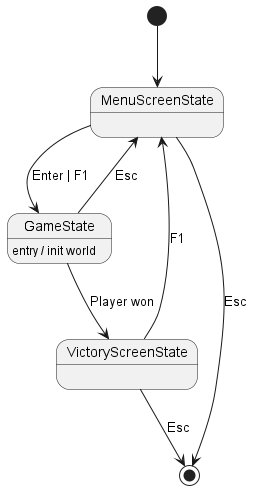
Above: docs/data/roguelike-state-diagram.png in Lana243/roguelike (PlantUML), before the change.
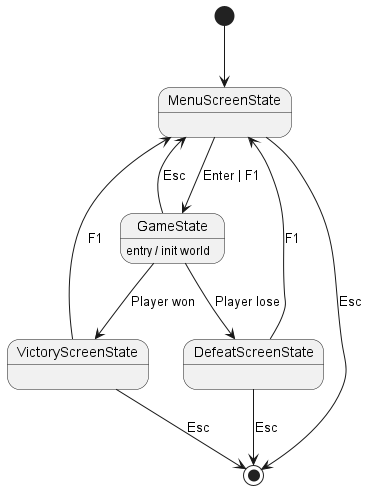
After the change.

Change to the diagram source:
```diff
@@ -10,6 +10,13 @@
 VictoryScreenState --> MenuScreenState : F1
 
 VictoryScreenState --> [*] : Esc
+
+GameState --> DefeatScreenState : Player lose
+DefeatScreenState --> MenuScreenState : F1
+
+DefeatScreenState --> [*] : Esc
+
+
 MenuScreenState --> [*] : Esc
 
 @enduml
```
